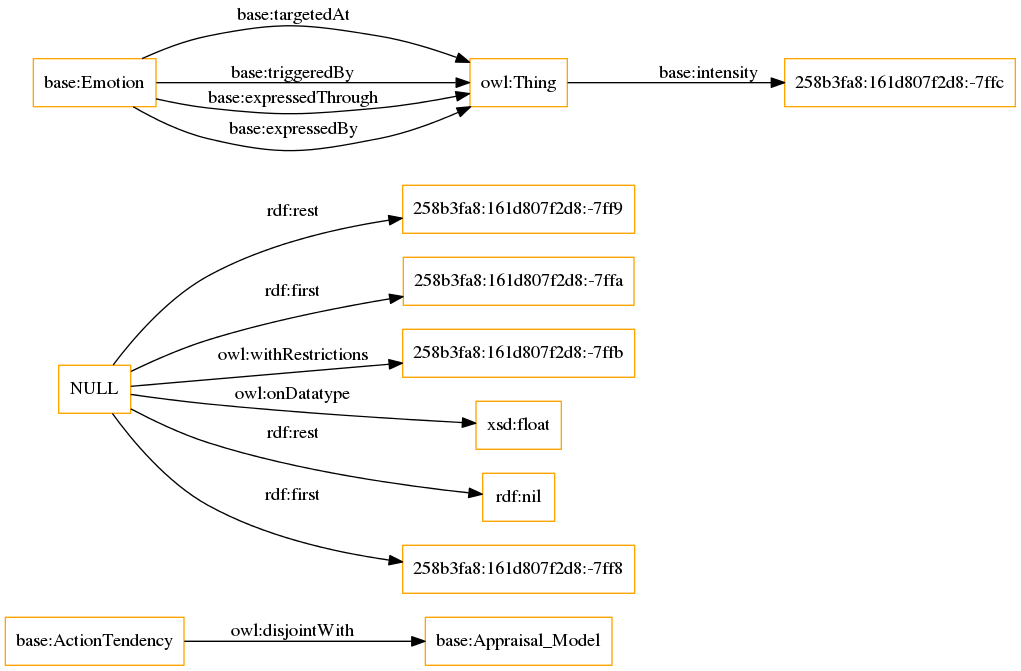
rana-othman/Huam-Affective-States-and-their-influences-Ontology-HASIO keeps this Graphviz diagram as OnToology/HEO.owl/diagrams/ar2dtool-class/HEO.owl.png. Above is the earlier version. Its source is kept beside it as OnToology/HEO.owl/diagrams/ar2dtool-class/HEO.owl.png.dot.
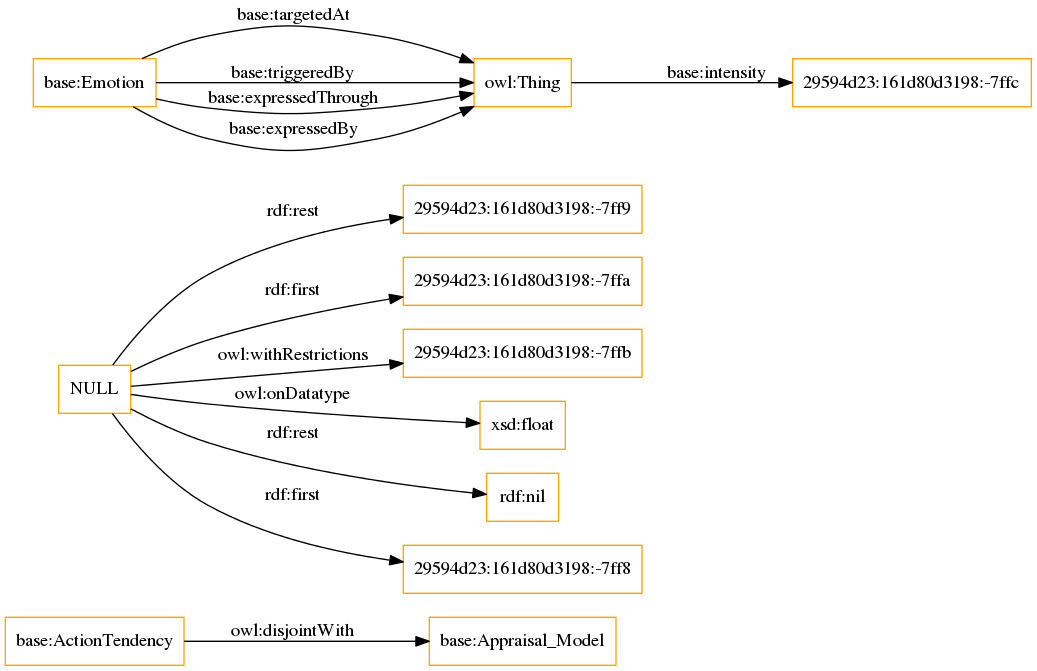
After the change.

Change to the diagram source:
```diff
@@ -3,14 +3,14 @@
 size="1501"
 node [shape = rectangle, color="orange"]; "base:ActionTendency" "base:Appraisal_Model" ; /*classes style*/
 	"base:ActionTendency" -> "base:Appraisal_Model" [ label = "owl:disjointWith" ];
-	"NULL" -> "258b3fa8:161d807f2d8:-7ff9" [ label = "rdf:rest" ];
-	"NULL" -> "258b3fa8:161d807f2d8:-7ffa" [ label = "rdf:first" ];
-	"NULL" -> "258b3fa8:161d807f2d8:-7ffb" [ label = "owl:withRestrictions" ];
+	"NULL" -> "29594d23:161d80d3198:-7ff9" [ label = "rdf:rest" ];
+	"NULL" -> "29594d23:161d80d3198:-7ffa" [ label = "rdf:first" ];
+	"NULL" -> "29594d23:161d80d3198:-7ffb" [ label = "owl:withRestrictions" ];
 	"NULL" -> "xsd:float" [ label = "owl:onDatatype" ];
 	"NULL" -> "rdf:nil" [ label = "rdf:rest" ];
-	"NULL" -> "258b3fa8:161d807f2d8:-7ff8" [ label = "rdf:first" ];
+	"NULL" -> "29594d23:161d80d3198:-7ff8" [ label = "rdf:first" ];
 	"base:Emotion" -> "owl:Thing" [ label = "base:targetedAt" ];
-	"owl:Thing" -> "258b3fa8:161d807f2d8:-7ffc" [ label = "base:intensity" ];
+	"owl:Thing" -> "29594d23:161d80d3198:-7ffc" [ label = "base:intensity" ];
 	"base:Emotion" -> "owl:Thing" [ label = "base:triggeredBy" ];
 	"base:Emotion" -> "owl:Thing" [ label = "base:expressedThrough" ];
 	"base:Emotion" -> "owl:Thing" [ label = "base:expressedBy" ];
```
